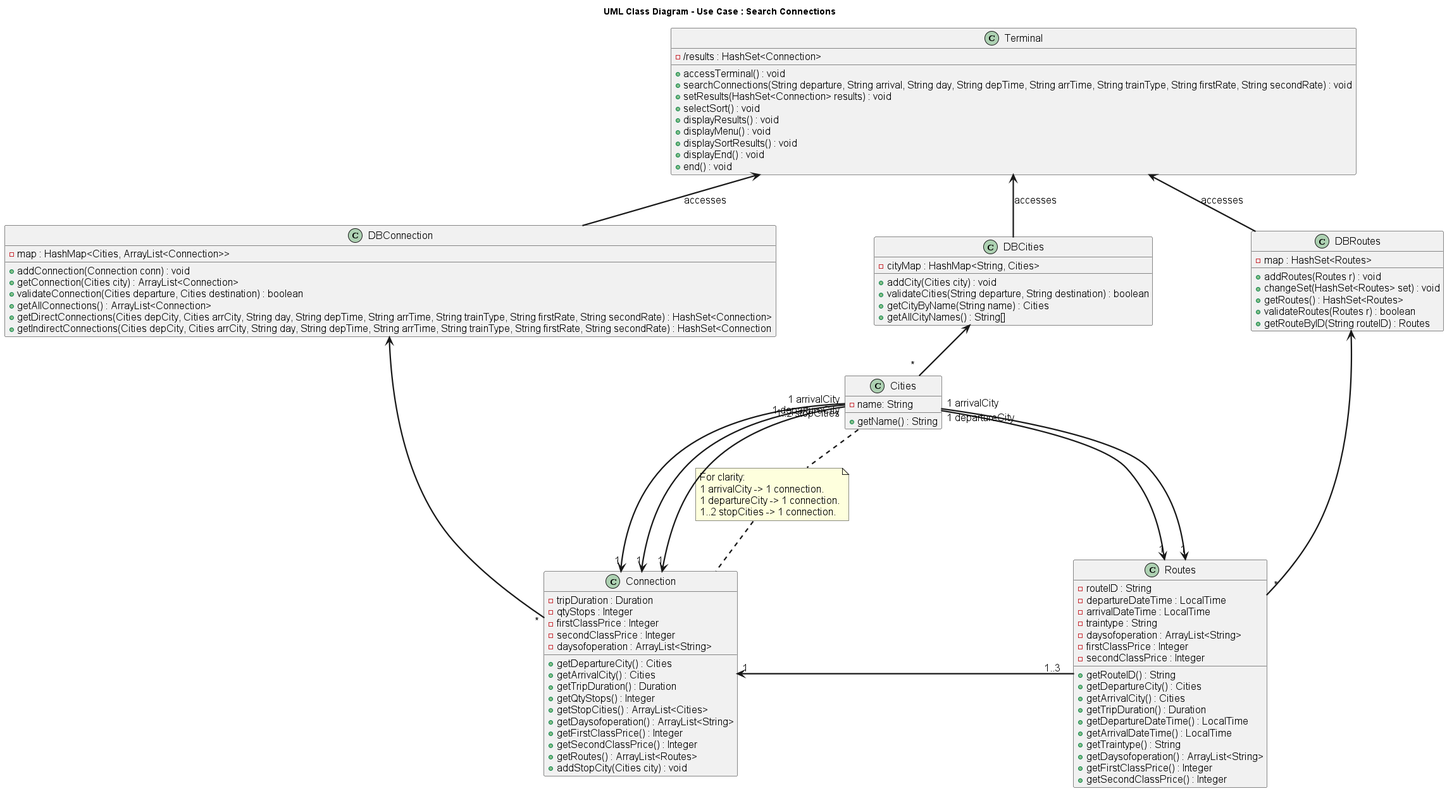
Cimpo1/SOEN342_2025 keeps this PlantUML diagram as out/docs/uml_class/Class Diagram.png. Above is the earlier version. Source of this version:
```plantuml
@startuml Domain Model
skinparam DefaultFontName Arial
skinparam DefaultFontSize 16
skinparam DefaultFontStyle bold
skinparam ArrowThickness 2.2
title UML Class Diagram - Use Case : Search Connections
hide empty members

class "Terminal" as terminal {
    - /results : HashSet<Connection>
    + accessTerminal() : void
    + searchConnections(String departure, String arrival, String day, String depTime, String arrTime, String trainType, String firstRate, String secondRate) : void
    + setResults(HashSet<Connection> results) : void
    + selectSort() : void
    + displayResults() : void
    + displayMenu() : void
    + displaySortResults() : void
    + displayEnd() : void
    + end() : void
}
class "DBRoutes" as DBRoutes {
    - map : HashSet<Routes>
    + addRoutes(Routes r) : void
    + changeSet(HashSet<Routes> set) : void
    + getRoutes() : HashSet<Routes>
    + validateRoutes(Routes r) : boolean
    + getRouteByID(String routeID) : Routes
}

class "DBConnection" as DBConnection {
    - map : HashMap<Cities, ArrayList<Connection>>
    + addConnection(Connection conn) : void
    + getConnection(Cities city) : ArrayList<Connection>
    + validateConnection(Cities departure, Cities destination) : boolean
    + getAllConnections() : ArrayList<Connection>
    + getDirectConnections(Cities depCity, Cities arrCity, String day, String depTime, String arrTime, String trainType, String firstRate, String secondRate) : HashSet<Connection>
    + getIndirectConnections(Cities depCity, Cities arrCity, String day, String depTime, String arrTime, String trainType, String firstRate, String secondRate) : HashSet<Connection
}

class "DBCities" as DBCities {
    - cityMap : HashMap<String, Cities>
    + addCity(Cities city) : void
    + validateCities(String departure, String destination) : boolean
    + getCityByName(String name) : Cities
    + getAllCityNames() : String[]
}

class "Routes" as routes {
    - routeID : String
    - departureDateTime : LocalTime
    - arrivalDateTime : LocalTime
    - traintype : String
    - daysofoperation : ArrayList<String>
    - firstClassPrice : Integer
    - secondClassPrice : Integer
    +getRouteID() : String
    +getDepartureCity() : Cities
    +getArrivalCity() : Cities
    +getTripDuration() : Duration
    +getDepartureDateTime() : LocalTime
    +getArrivalDateTime() : LocalTime
    +getTraintype() : String
    +getDaysofoperation() : ArrayList<String>
    +getFirstClassPrice() : Integer
    +getSecondClassPrice() : Integer
}

class "Connection" as connection {
    - tripDuration : Duration
    - qtyStops : Integer
    - firstClassPrice : Integer
    - secondClassPrice : Integer
    - daysofoperation : ArrayList<String>
    +getDepartureCity() : Cities
    +getArrivalCity() : Cities
    +getTripDuration() : Duration
    +getQtyStops() : Integer
    +getStopCities() : ArrayList<Cities>
    +getDaysofoperation() : ArrayList<String>
    +getFirstClassPrice() : Integer
    +getSecondClassPrice() : Integer
    +getRoutes() : ArrayList<Routes>
    +addStopCity(Cities city) : void
}
class "Cities" as cities {
    - name: String
    +getName() : String
}

connection"*" -up-> DBConnection
cities" *   "  -up->  DBCities
routes " *  " -up->  DBRoutes

DBConnection  -[hidden]> DBCities: "acces             ses"
DBCities  -[hidden]> DBRoutes: "acces             ses"


routes"1..3   "  -left-> "1"connection

connection "1 departureCity" -[hidden]-> "1" cities: "acces                    ses"
cities "1 departureCity" -left-> "1" connection
note "For clarity:\n1 arrivalCity -> 1 connection.\n1 departureCity -> 1 connection.\n1..2 stopCities -> 1 connection." as N2
cities .. N2
N2 .. connection
connection "1 departureCity" -[hidden]-> "1" cities: "acces   sssssssss                 ses"
cities "1 arrivalCity" -left-> "1" connection
cities "1..2 stopCities" -left-> "1" connection


cities "1 departureCity" -[hidden]-> "1" routes: "acces                    ses"
cities "1 departureCity" -right-> "1" routes
cities "1 departureCity" -[hidden]-> "1" routes: "acces                    ses"
cities "1 arrivalCity" -right-> "1" routes

DBRoutes  -up->  terminal : "accesses"

DBCities  -up-> terminal : "accesses"

DBConnection  -up-> terminal : "accesses"


@enduml
```
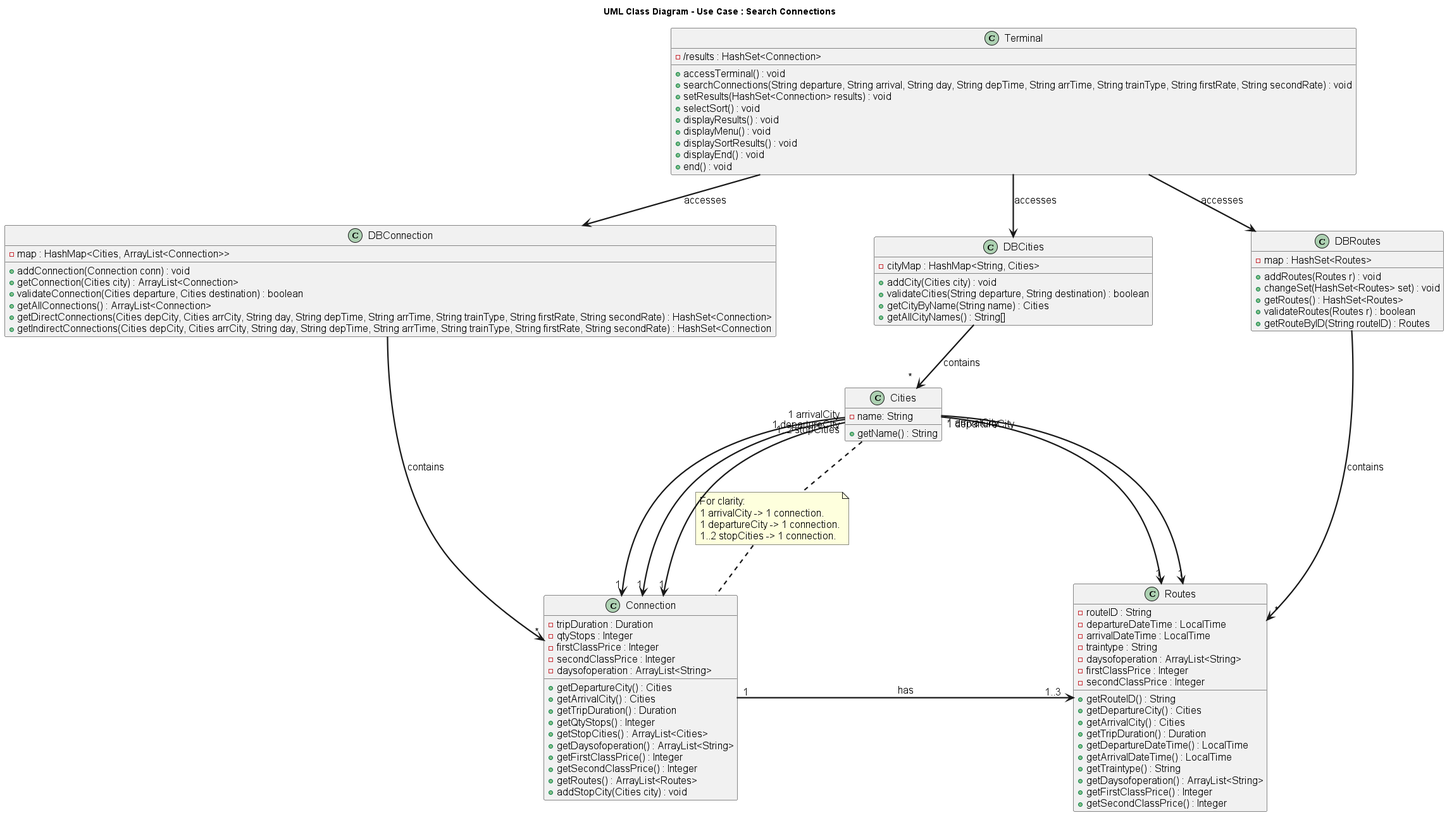
Above is the later version.

Change to the diagram source:
```diff
@@ -1,4 +1,4 @@
-@startuml Domain Model
+@startuml Class Diagram
 skinparam DefaultFontName Arial
 skinparam DefaultFontSize 16
 skinparam DefaultFontStyle bold
@@ -87,15 +87,15 @@
     +getName() : String
 }
 
-connection"*" -up-> DBConnection
-cities" *   "  -up->  DBCities
-routes " *  " -up->  DBRoutes
+connection"*" <-up- DBConnection : "contains"
+cities" *   "  <-up-  DBCities : "contains"
+routes " *  " <-up-  DBRoutes : "contains"
 
 DBConnection  -[hidden]> DBCities: "acces             ses"
 DBCities  -[hidden]> DBRoutes: "acces             ses"
 
 
-routes"1..3   "  -left-> "1"connection
+routes"1..3   "  <-left- "1"connection : "has"
 
 connection "1 departureCity" -[hidden]-> "1" cities: "acces                    ses"
 cities "1 departureCity" -left-> "1" connection
@@ -112,11 +112,11 @@
 cities "1 departureCity" -[hidden]-> "1" routes: "acces                    ses"
 cities "1 arrivalCity" -right-> "1" routes
 
-DBRoutes  -up->  terminal : "accesses"
+DBRoutes  <-up-  terminal : "accesses"
 
-DBCities  -up-> terminal : "accesses"
+DBCities  <-up-  terminal : "accesses"
 
-DBConnection  -up-> terminal : "accesses"
+DBConnection  <-up-  terminal : "accesses"
 
 
 @enduml
```
